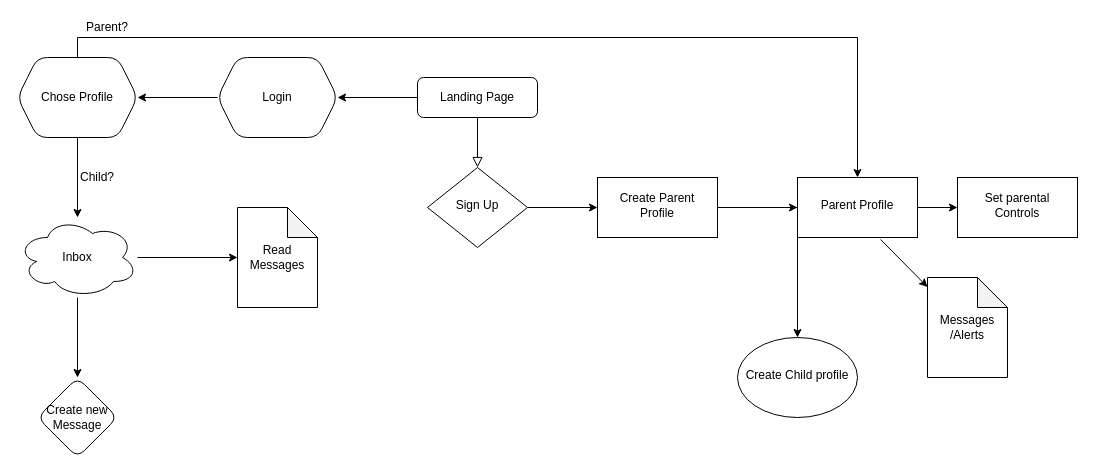
This is Untitled Diagram.drawio from Samicap/Final-Project, a draw.io file, before an edit. Source tidied: cells renumbered, new cells numbered last; positions are measured from the earlier drawing's top-left corner, leaving out a move shared by most shapes. Both pictures are drawn from the tidied source at 100%, with x=0, y=0 at pixel (17, 17).
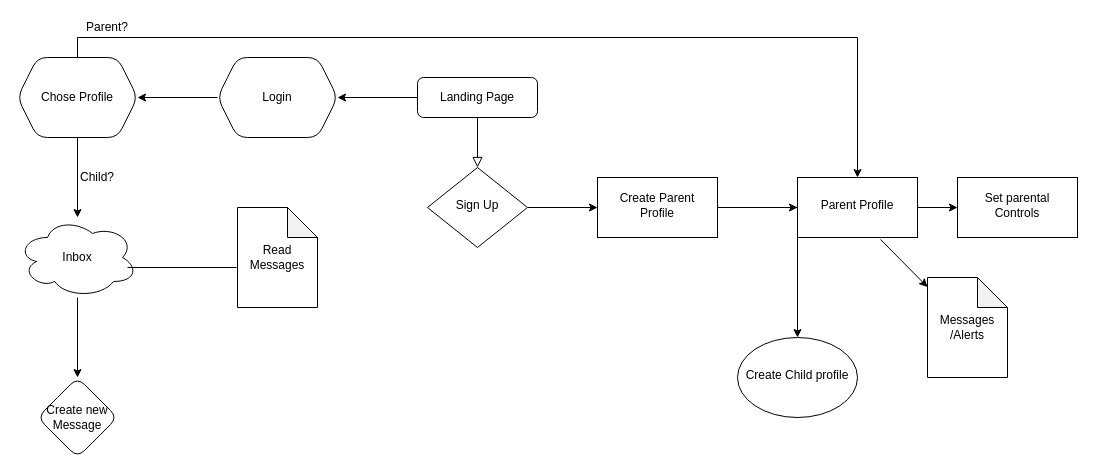
Above is the later version.

Commit message:
changed arrow to straight line in child inbox

Unchanged cells that the change refers to:
```xml
<mxCell id="19" value="Inbox" style="ellipse;shape=cloud;whiteSpace=wrap;html=1;rounded=1;shadow=0;strokeWidth=1;glass=0;" parent="1" vertex="1">
  <mxGeometry y="200" width="120" height="80" as="geometry" />
</mxCell>
<mxCell id="20" value="Read Messages" style="shape=note;whiteSpace=wrap;html=1;backgroundOutline=1;darkOpacity=0.05;rounded=1;shadow=0;strokeWidth=1;glass=0;" parent="1" vertex="1">
  <mxGeometry x="220" y="190" width="80" height="100" as="geometry" />
</mxCell>
```

The edit, as a diff of the source:
```diff
@@
-    <mxCell id="17" style="edgeStyle=orthogonalEdgeStyle;rounded=0;jettySize=auto;html=1;" parent="1" edge="1" source="19" target="20">
-      <mxGeometry relative="1" as="geometry" />
-    </mxCell>
@@
+    <mxCell id="28" style="endArrow=none;html=1;entryX=-0.012;entryY=0.6;entryDx=0;entryDy=0;entryPerimeter=0;" parent="1" edge="1" target="20">
+      <mxGeometry relative="1" as="geometry">
+        <mxPoint x="110" y="250" as="sourcePoint" />
+      </mxGeometry>
+    </mxCell>
```
